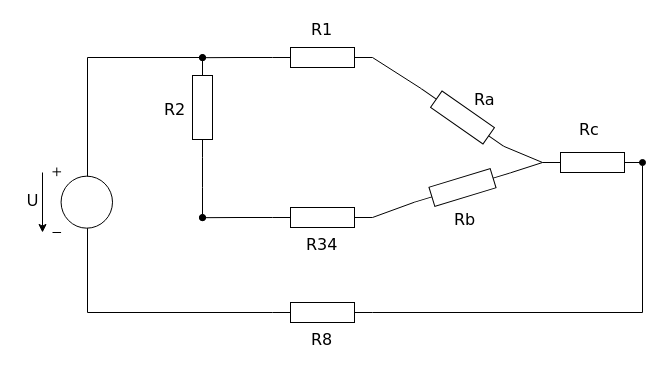
The draw.io diagram Untitled Diagram.drawio in taiyo-harenohi/IUS, before the edit. Source tidied: cells renumbered, new cells numbered last; positions are measured from the earlier drawing's top-left corner, leaving out a move shared by most shapes. Both pictures are drawn from the tidied source at 100%, with x=0, y=0 at pixel (17, 17).
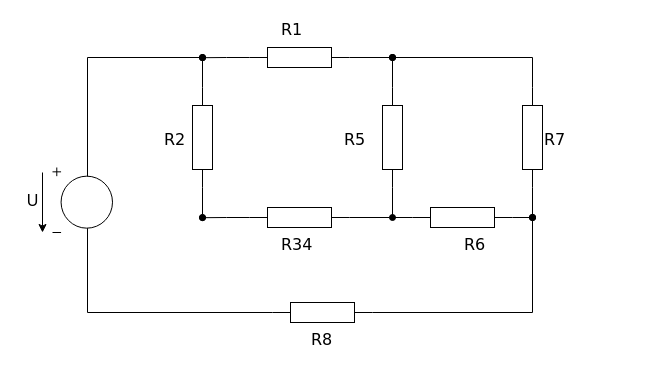
The same page after the edit.

The change refers to these unchanged cells:
```xml
<mxCell id="18" style="verticalLabelPosition=bottom;shadow=0;dashed=0;align=center;html=1;verticalAlign=top;strokeWidth=1;shape=mxgraph.electrical.resistors.resistor_1;rounded=1;comic=0;labelBackgroundColor=none;fontFamily=Verdana;fontSize=12;rotation=0;" parent="1" vertex="1">
  <mxGeometry x="255" y="285" width="100" height="20" as="geometry" />
</mxCell>
```

The edit, as a diff of the source:
```diff
@@
+    <mxCell id="29" style="edgeStyle=orthogonalEdgeStyle;rounded=0;jettySize=auto;html=1;exitX=1;exitY=0.5;exitDx=0;exitDy=0;exitPerimeter=0;endArrow=oval;endFill=1;" parent="1" edge="1" source="3">
+      <mxGeometry relative="1" as="geometry">
+        <mxPoint x="375" y="40" as="targetPoint" />
+      </mxGeometry>
+    </mxCell>
     <mxCell id="3" style="verticalLabelPosition=bottom;shadow=0;dashed=0;align=center;html=1;verticalAlign=top;strokeWidth=1;shape=mxgraph.electrical.resistors.resistor_1;rounded=1;comic=0;labelBackgroundColor=none;fontFamily=Verdana;fontSize=12;rotation=0;" parent="1" vertex="1">
-      <mxGeometry x="255" y="30" width="100" height="20" as="geometry" />
+      <mxGeometry x="232" y="30" width="100" height="20" as="geometry" />
     </mxCell>
+    <mxCell id="30" style="edgeStyle=orthogonalEdgeStyle;rounded=0;jettySize=auto;html=1;exitX=1;exitY=0.5;exitDx=0;exitDy=0;exitPerimeter=0;endArrow=oval;endFill=1;" parent="1" edge="1" source="4">
+      <mxGeometry relative="1" as="geometry">
+        <mxPoint x="375" y="40" as="targetPoint" />
+      </mxGeometry>
+    </mxCell>
-    <mxCell id="4" style="verticalLabelPosition=bottom;shadow=0;dashed=0;align=center;html=1;verticalAlign=top;strokeWidth=1;shape=mxgraph.electrical.resistors.resistor_1;rounded=1;comic=0;labelBackgroundColor=none;fontFamily=Verdana;fontSize=12;rotation=-145;" parent="1" vertex="1">
-      <mxGeometry x="395" y="90" width="100" height="20" as="geometry" />
+    <mxCell id="4" style="verticalLabelPosition=bottom;shadow=0;dashed=0;align=center;html=1;verticalAlign=top;strokeWidth=1;shape=mxgraph.electrical.resistors.resistor_1;rounded=1;comic=0;labelBackgroundColor=none;fontFamily=Verdana;fontSize=12;rotation=-90;" parent="1" vertex="1">
+      <mxGeometry x="325" y="110" width="100" height="20" as="geometry" />
     </mxCell>
@@
+    <mxCell id="31" style="edgeStyle=orthogonalEdgeStyle;rounded=0;jettySize=auto;html=1;exitX=1;exitY=0.5;exitDx=0;exitDy=0;exitPerimeter=0;endArrow=oval;endFill=1;" parent="1" edge="1" source="6">
+      <mxGeometry relative="1" as="geometry">
+        <mxPoint x="185" y="40" as="targetPoint" />
+      </mxGeometry>
+    </mxCell>
     <mxCell id="6" style="verticalLabelPosition=bottom;shadow=0;dashed=0;align=center;html=1;verticalAlign=top;strokeWidth=1;shape=mxgraph.electrical.resistors.resistor_1;rounded=1;comic=0;labelBackgroundColor=none;fontFamily=Verdana;fontSize=12;rotation=-90;" parent="1" vertex="1">
-      <mxGeometry x="135" y="80" width="100" height="20" as="geometry" />
+      <mxGeometry x="135" y="110" width="100" height="20" as="geometry" />
     </mxCell>
+    <mxCell id="32" style="edgeStyle=orthogonalEdgeStyle;rounded=0;jettySize=auto;html=1;exitX=0;exitY=0.5;exitDx=0;exitDy=0;exitPerimeter=0;endArrow=oval;endFill=1;" parent="1" edge="1" source="7">
+      <mxGeometry relative="1" as="geometry">
+        <mxPoint x="515" y="200" as="targetPoint" />
+      </mxGeometry>
+    </mxCell>
-    <mxCell id="7" style="verticalLabelPosition=bottom;shadow=0;dashed=0;align=center;html=1;verticalAlign=top;strokeWidth=1;shape=mxgraph.electrical.resistors.resistor_1;rounded=1;comic=0;labelBackgroundColor=none;fontFamily=Verdana;fontSize=12;rotation=-197;" parent="1" vertex="1">
-      <mxGeometry x="395" y="160" width="100" height="20" as="geometry" />
+    <mxCell id="7" style="verticalLabelPosition=bottom;shadow=0;dashed=0;align=center;html=1;verticalAlign=top;strokeWidth=1;shape=mxgraph.electrical.resistors.resistor_1;rounded=1;comic=0;labelBackgroundColor=none;fontFamily=Verdana;fontSize=12;rotation=-180;" parent="1" vertex="1">
+      <mxGeometry x="395" y="190" width="100" height="20" as="geometry" />
     </mxCell>
+    <mxCell id="33" style="edgeStyle=orthogonalEdgeStyle;rounded=0;jettySize=auto;html=1;exitX=1;exitY=0.5;exitDx=0;exitDy=0;exitPerimeter=0;endArrow=oval;endFill=1;" parent="1" edge="1" source="8">
+      <mxGeometry relative="1" as="geometry">
+        <mxPoint x="515" y="200" as="targetPoint" />
+      </mxGeometry>
+    </mxCell>
+    <mxCell id="34" style="edgeStyle=orthogonalEdgeStyle;rounded=0;jettySize=auto;html=1;exitX=0;exitY=0.5;exitDx=0;exitDy=0;exitPerimeter=0;endArrow=oval;endFill=1;" parent="1" edge="1" source="8">
+      <mxGeometry relative="1" as="geometry">
+        <mxPoint x="375" y="40" as="targetPoint" />
+        <Array as="points">
+          <mxPoint x="515" y="40" />
+        </Array>
+      </mxGeometry>
+    </mxCell>
-    <mxCell id="8" style="verticalLabelPosition=bottom;shadow=0;dashed=0;align=center;fillColor=#ffffff;html=1;verticalAlign=top;strokeWidth=1;shape=mxgraph.electrical.resistors.resistor_1;rounded=1;comic=0;labelBackgroundColor=none;fontFamily=Verdana;fontSize=12;fontColor=#000000;rotation=0;" parent="1" vertex="1">
-      <mxGeometry x="525" y="135" width="100" height="20" as="geometry" />
+    <mxCell id="8" style="verticalLabelPosition=bottom;shadow=0;dashed=0;align=center;fillColor=#ffffff;html=1;verticalAlign=top;strokeWidth=1;shape=mxgraph.electrical.resistors.resistor_1;rounded=1;comic=0;labelBackgroundColor=none;fontFamily=Verdana;fontSize=12;fontColor=#000000;rotation=90;" parent="1" vertex="1">
+      <mxGeometry x="465" y="110" width="100" height="20" as="geometry" />
     </mxCell>
     <mxCell id="9" value="R1" style="text;html=1;align=left;verticalAlign=top;spacingTop=-4;fontSize=16;fontFamily=Verdana;" parent="1" vertex="1">
-      <mxGeometry x="292" width="40" height="20" as="geometry" />
+      <mxGeometry x="262" width="40" height="20" as="geometry" />
     </mxCell>
     <mxCell id="10" value="R2" style="text;html=1;align=left;verticalAlign=top;spacingTop=-4;fontSize=16;fontFamily=Verdana;" parent="1" vertex="1">
-      <mxGeometry x="145" y="80" width="40" height="20" as="geometry" />
+      <mxGeometry x="145" y="110" width="40" height="20" as="geometry" />
     </mxCell>
-    <mxCell id="11" value="Rc" style="text;html=1;align=left;verticalAlign=top;spacingTop=-4;fontSize=16;fontFamily=Verdana;" parent="1" vertex="1">
-      <mxGeometry x="560" y="100" width="30" height="20" as="geometry" />
+    <mxCell id="11" value="R7" style="text;html=1;align=left;verticalAlign=top;spacingTop=-4;fontSize=16;fontFamily=Verdana;" parent="1" vertex="1">
+      <mxGeometry x="525" y="110" width="40" height="20" as="geometry" />
     </mxCell>
-    <mxCell id="12" value="Ra" style="text;html=1;align=left;verticalAlign=top;spacingTop=-4;fontSize=16;fontFamily=Verdana;" parent="1" vertex="1">
-      <mxGeometry x="455" y="70" width="40" height="20" as="geometry" />
+    <mxCell id="12" value="R5" style="text;html=1;align=left;verticalAlign=top;spacingTop=-4;fontSize=16;fontFamily=Verdana;" parent="1" vertex="1">
+      <mxGeometry x="325" y="110" width="40" height="20" as="geometry" />
     </mxCell>
-    <mxCell id="13" value="Rb" style="text;html=1;align=left;verticalAlign=top;spacingTop=-4;fontSize=16;fontFamily=Verdana;" parent="1" vertex="1">
-      <mxGeometry x="435" y="190" width="40" height="20" as="geometry" />
+    <mxCell id="13" value="R6" style="text;html=1;align=left;verticalAlign=top;spacingTop=-4;fontSize=16;fontFamily=Verdana;" parent="1" vertex="1">
+      <mxGeometry x="445" y="215" width="40" height="20" as="geometry" />
     </mxCell>
@@
+    <mxCell id="35" style="edgeStyle=orthogonalEdgeStyle;rounded=0;jettySize=auto;html=1;exitX=0;exitY=0.5;exitDx=0;exitDy=0;exitPerimeter=0;endArrow=oval;endFill=1;" parent="1" edge="1" source="15">
+      <mxGeometry relative="1" as="geometry">
+        <mxPoint x="375" y="200" as="targetPoint" />
+      </mxGeometry>
+    </mxCell>
     <mxCell id="15" style="verticalLabelPosition=bottom;shadow=0;dashed=0;align=center;html=1;verticalAlign=top;strokeWidth=1;shape=mxgraph.electrical.resistors.resistor_1;rounded=1;comic=0;labelBackgroundColor=none;fontFamily=Verdana;fontSize=12;rotation=-180;" parent="1" vertex="1">
-      <mxGeometry x="255" y="190" width="100" height="20" as="geometry" />
+      <mxGeometry x="232" y="190" width="100" height="20" as="geometry" />
     </mxCell>
     <mxCell id="16" value="R34" style="text;html=1;align=left;verticalAlign=top;spacingTop=-4;fontSize=16;fontFamily=Verdana;" parent="1" vertex="1">
-      <mxGeometry x="287" y="215" width="50" height="20" as="geometry" />
+      <mxGeometry x="262" y="215" width="50" height="20" as="geometry" />
     </mxCell>
-    <mxCell id="17" style="edgeStyle=orthogonalEdgeStyle;rounded=0;jettySize=auto;html=1;exitX=1;exitY=0.5;exitDx=0;exitDy=0;exitPerimeter=0;endArrow=oval;endFill=1;entryX=1;entryY=0.5;entryDx=0;entryDy=0;entryPerimeter=0;" parent="1" edge="1" source="18" target="8">
+    <mxCell id="17" style="edgeStyle=orthogonalEdgeStyle;rounded=0;jettySize=auto;html=1;exitX=1;exitY=0.5;exitDx=0;exitDy=0;exitPerimeter=0;endArrow=oval;endFill=1;" parent="1" edge="1" source="18">
       <mxGeometry relative="1" as="geometry">
+        <mxPoint x="515" y="200" as="targetPoint" />
         <Array as="points">
-          <mxPoint x="625" y="295" />
+          <mxPoint x="515" y="295" />
         </Array>
       </mxGeometry>
     </mxCell>
@@
-    <mxCell id="24" style="endArrow=none;html=1;entryX=1;entryY=0.5;entryDx=0;entryDy=0;entryPerimeter=0;exitX=1;exitY=0.5;exitDx=0;exitDy=0;exitPerimeter=0;" parent="1" edge="1" source="4" target="3">
-      <mxGeometry relative="1" as="geometry" />
-    </mxCell>
-    <mxCell id="25" style="endArrow=none;html=1;exitX=0;exitY=0.5;exitDx=0;exitDy=0;exitPerimeter=0;entryX=1;entryY=0.5;entryDx=0;entryDy=0;entryPerimeter=0;" parent="1" edge="1" source="15" target="7">
-      <mxGeometry relative="1" as="geometry" />
+    <mxCell id="25" style="endArrow=none;html=1;entryX=1;entryY=0.5;entryDx=0;entryDy=0;entryPerimeter=0;" parent="1" edge="1" target="7">
+      <mxGeometry relative="1" as="geometry">
+        <mxPoint x="375" y="200" as="sourcePoint" />
+      </mxGeometry>
     </mxCell>
-    <mxCell id="26" style="endArrow=none;html=1;entryX=0;entryY=0.5;entryDx=0;entryDy=0;entryPerimeter=0;exitX=0;exitY=0.5;exitDx=0;exitDy=0;exitPerimeter=0;" parent="1" edge="1" source="7" target="8">
-      <mxGeometry relative="1" as="geometry" />
-    </mxCell>
-    <mxCell id="27" style="endArrow=none;html=1;entryX=0;entryY=0.5;entryDx=0;entryDy=0;entryPerimeter=0;exitX=0;exitY=0.5;exitDx=0;exitDy=0;exitPerimeter=0;" parent="1" edge="1" source="4" target="8">
-      <mxGeometry relative="1" as="geometry" />
+    <mxCell id="27" style="endArrow=none;html=1;exitX=0;exitY=0.5;exitDx=0;exitDy=0;exitPerimeter=0;" parent="1" edge="1" source="4">
+      <mxGeometry relative="1" as="geometry">
+        <mxPoint x="375" y="200" as="targetPoint" />
+      </mxGeometry>
     </mxCell>
```
